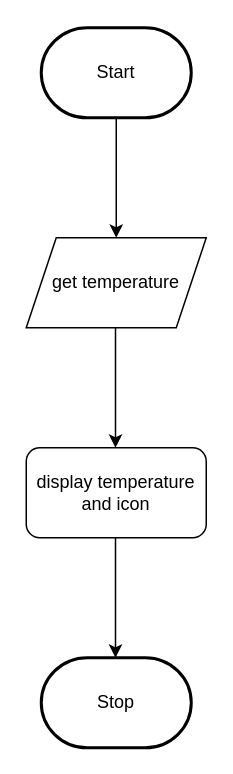
This is design/flowchart.drawio from MTHS-ICD2O-1-2024/ICD2O-Unit-6-03-Isaac-Ip, a draw.io file, before an edit. Source tidied: cells renumbered, new cells numbered last; positions are measured from the earlier drawing's top-left corner, leaving out a move shared by most shapes. Both pictures are drawn from the tidied source at 150%, with x=0, y=0 at pixel (26, 27).
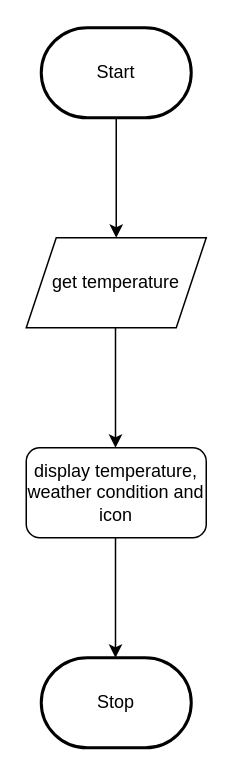
The same page after the edit.

What changed in the source:
```diff
@@
 <mxGraphModel>
   <root>
     <mxCell id="0" />
     <mxCell id="1" parent="0" />
     <mxCell id="2" style="edgeStyle=orthogonalEdgeStyle;html=1;rounded=0;" parent="1" edge="1" source="3">
       <mxGeometry relative="1" as="geometry">
         <mxPoint x="60" y="140" as="targetPoint" />
       </mxGeometry>
     </mxCell>
     <mxCell id="3" value="Start" style="strokeWidth=2;html=1;shape=mxgraph.flowchart.terminator;whiteSpace=wrap;" parent="1" vertex="1">
       <mxGeometry x="10" width="100" height="60" as="geometry" />
     </mxCell>
     <mxCell id="4" value="Stop" style="strokeWidth=2;html=1;shape=mxgraph.flowchart.terminator;whiteSpace=wrap;" parent="1" vertex="1">
       <mxGeometry x="10" y="420" width="100" height="60" as="geometry" />
     </mxCell>
     <mxCell id="5" value="get temperature" style="shape=parallelogram;perimeter=parallelogramPerimeter;whiteSpace=wrap;html=1;fixedSize=1;" parent="1" vertex="1">
       <mxGeometry y="140" width="120" height="60" as="geometry" />
     </mxCell>
     <mxCell id="6" style="edgeStyle=orthogonalEdgeStyle;html=1;rounded=0;" parent="1" edge="1">
       <mxGeometry relative="1" as="geometry">
         <mxPoint x="59.5" y="200" as="sourcePoint" />
         <mxPoint x="59.5" y="280" as="targetPoint" />
       </mxGeometry>
     </mxCell>
-    <mxCell id="7" value="display temperature and icon" style="rounded=1;whiteSpace=wrap;html=1;" parent="1" vertex="1">
+    <mxCell id="7" value="display temperature, weather condition and icon" style="rounded=1;whiteSpace=wrap;html=1;" parent="1" vertex="1">
       <mxGeometry y="280" width="120" height="60" as="geometry" />
     </mxCell>
     <mxCell id="8" style="edgeStyle=orthogonalEdgeStyle;html=1;rounded=0;" parent="1" edge="1">
       <mxGeometry relative="1" as="geometry">
         <mxPoint x="59.5" y="340" as="sourcePoint" />
         <mxPoint x="59.5" y="420" as="targetPoint" />
       </mxGeometry>
     </mxCell>
   </root>
 </mxGraphModel>
```
